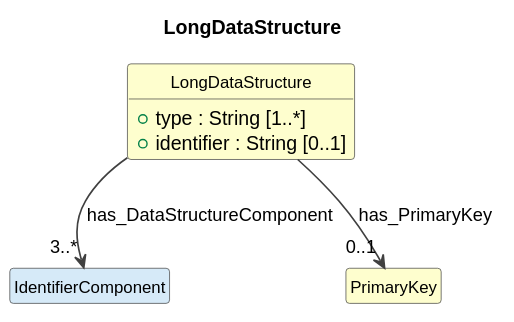
Earlier version of the PlantUML export cdif-uml-model/cdifDataStructure/Classes/LongDataStructure.svg (Cross-Domain-Interoperability-Framework/metadataBuildingBlocks).
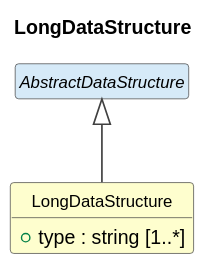
Above is the later version.

Diff of the diagram source:
```diff
@@ -11,14 +11,8 @@
 }
 
 class "LongDataStructure" as LongDataStructure #FEFECE {
-  +type : String [1..*]
-  +identifier : String [0..1]
+  +type : string [1..*]
 }
-
-class "IdentifierComponent" as IdentifierComponent #D6EAF8
-
-class "PrimaryKey" as PrimaryKey #FEFECE
-
-LongDataStructure --> "3..*" IdentifierComponent : has_DataStructureComponent
-LongDataStructure --> "0..1" PrimaryKey : has_PrimaryKey
+abstract class "AbstractDataStructure" as AbstractDataStructure #D6EAF8
+AbstractDataStructure <|-- LongDataStructure
 @enduml
```
